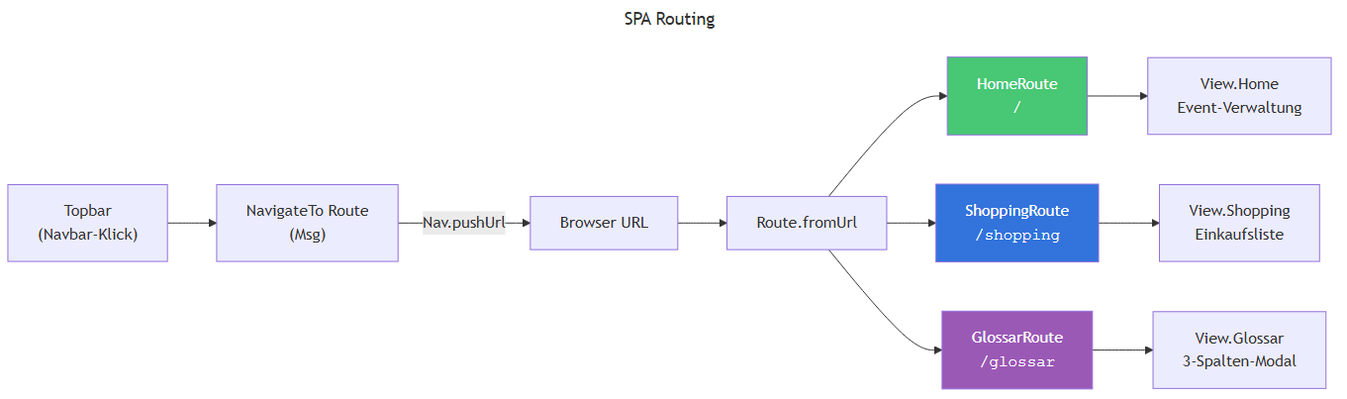
The Mermaid diagram diagrams/routing.png in 0x520Uni/CocktailPlaner, before a commit. Its source is kept beside it as diagrams/routing.mmd. Its diagram source:
```mermaid
---
title: SPA Routing
---
flowchart LR
    URL["Browser URL"]
    fromUrl["Route.fromUrl"]
    NR["NavigateTo Route<br/>(Msg)"]

    URL --> fromUrl
    NR -->|"Nav.pushUrl"| URL

    fromUrl --> HR["HomeRoute<br/><code>/</code>"]
    fromUrl --> SR["ShoppingRoute<br/><code>/shopping</code>"]
    fromUrl --> GR["GlossarRoute<br/><code>/glossar</code>"]

    HR --> VH["View.Home<br/>Event-Verwaltung"]
    SR --> VS["View.Shopping<br/>Einkaufsliste"]
    GR --> VG["View.Glossar<br/>3-Spalten-Modal"]

    Navbar["Topbar<br/>(Navbar-Klick)"] --> NR

    style HR fill:#48c774,color:#fff
    style SR fill:#3273dc,color:#fff
    style GR fill:#9b59b6,color:#fff
```
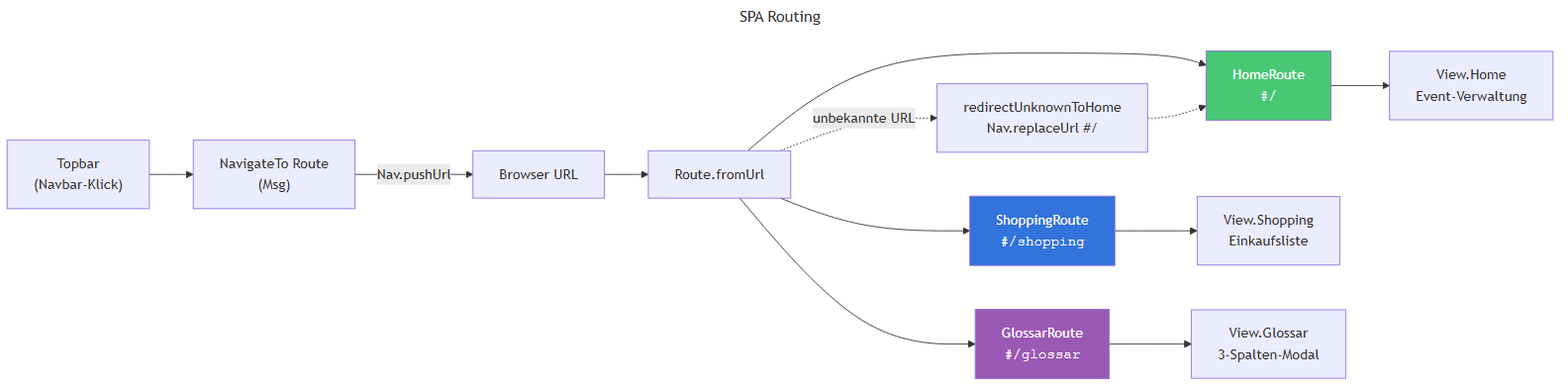
Above is the later version.

Commit message:
feat: hash routing, per-row cocktail glass, recipe refetch after load

What changed in the source:
```diff
@@ -9,9 +9,11 @@
     URL --> fromUrl
     NR -->|"Nav.pushUrl"| URL
 
-    fromUrl --> HR["HomeRoute<br/><code>/</code>"]
-    fromUrl --> SR["ShoppingRoute<br/><code>/shopping</code>"]
-    fromUrl --> GR["GlossarRoute<br/><code>/glossar</code>"]
+    fromUrl --> HR["HomeRoute<br/><code>#/</code>"]
+    fromUrl --> SR["ShoppingRoute<br/><code>#/shopping</code>"]
+    fromUrl --> GR["GlossarRoute<br/><code>#/glossar</code>"]
+    fromUrl -.->|"unbekannte URL"| RD["redirectUnknownToHome<br/>Nav.replaceUrl #/"]
+    RD -.-> HR
 
     HR --> VH["View.Home<br/>Event-Verwaltung"]
     SR --> VS["View.Shopping<br/>Einkaufsliste"]
```
